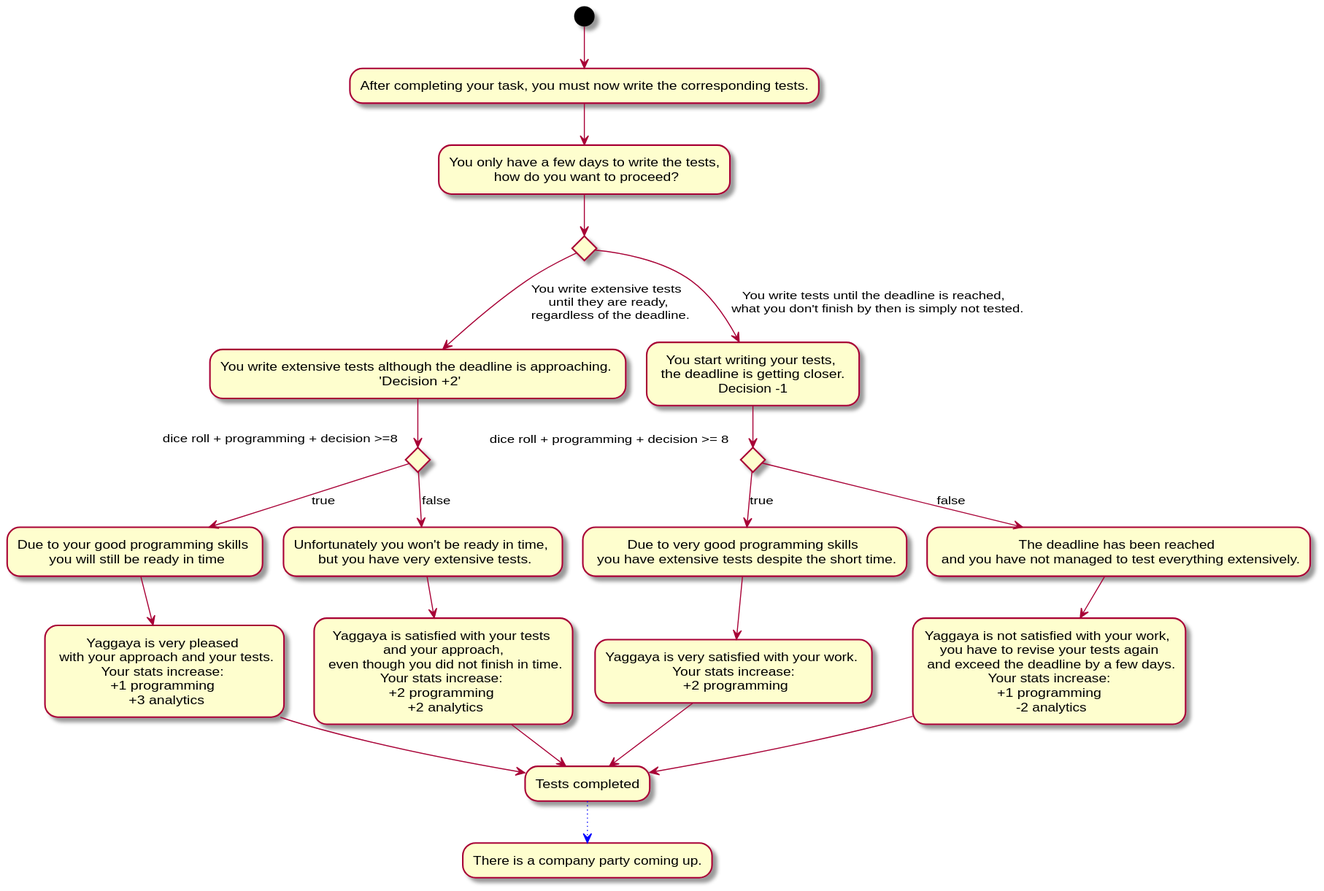
Before: Docs/Technical Specifications/docs/diagrams/StoryFlow/StoryFlow_Decision_5.svg, a diagram exported from PlantUML (Brotenko/QualityQuest).
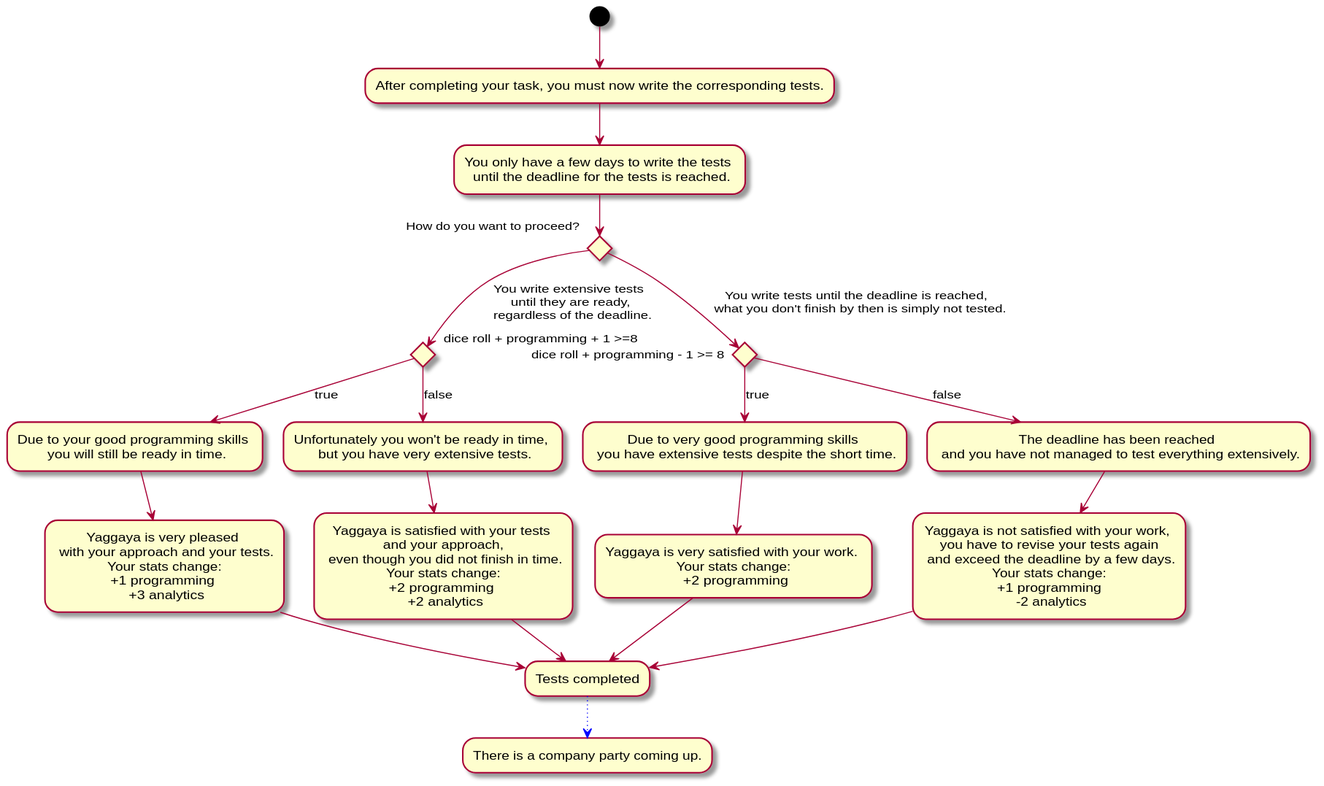
The same file after the commit.

The edit, as a diff of the source:
```diff
@@ -1,30 +1,28 @@
 @startuml
 (*) --> "After completing your task, you must now write the corresponding tests."
---> "You only have a few days to write the tests,\n how do you want to proceed?" as wie
-if "" then
---> [You write extensive tests \n until they are ready, \n regardless of the deadline.] "You write extensive tests although the deadline is approaching. \n 'Decision +2'" as d1
-if "dice roll + programming + decision >=8" then
---> [true] "Due to your good programming skills \n you will still be ready in time"
---> "Yaggaya is very pleased \n with your approach and your tests.\nYour stats increase: \n+1 programming \n +3 analytics" as a1
+--> "You only have a few days to write the tests \n until the deadline for the tests is reached."
+if "How do you want to proceed?" then
+--> [You write extensive tests \n until they are ready, \n regardless of the deadline.] if "dice roll + programming + 1 >=8" then
+--> [true] "Due to your good programming skills \n you will still be ready in time."
+--> "Yaggaya is very pleased \n with your approach and your tests.\n Your stats change: \n+1 programming \n +3 analytics" as path1
 else
 --> [false] "Unfortunately you won't be ready in time, \n but you have very extensive tests."
---> "Yaggaya is satisfied with your tests \n and your approach, \n even though you did not finish in time.\nYour stats increase: \n+2 programming \n +2 analytics" as a2
+--> "Yaggaya is satisfied with your tests \n and your approach, \n even though you did not finish in time.\n Your stats change: \n+2 programming \n +2 analytics" as path2
 endif
 else
- --> [You write tests until the deadline is reached, \n what you don't finish by then is simply not tested.] "You start writing your tests, \n the deadline is getting closer. \nDecision -1" as d2
-if "dice roll + programming + decision >= 8 " then
+ --> [You write tests until the deadline is reached, \n what you don't finish by then is simply not tested.] if "dice roll + programming - 1 >= 8" then
 --> [true] "Due to very good programming skills \n you have extensive tests despite the short time."
---> "Yaggaya is very satisfied with your work. \n Your stats increase: \n +2 programming" as a3
+--> "Yaggaya is very satisfied with your work. \n Your stats change: \n +2 programming" as path3
 else
 --> [false] "The deadline has been reached \n and you have not managed to test everything extensively."
---> "Yaggaya is not satisfied with your work, \n you have to revise your tests again \n and exceed the deadline by a few days.\n Your stats increase: \n +1 programming \n -2 analytics" as a4
+--> "Yaggaya is not satisfied with your work, \n you have to revise your tests again \n and exceed the deadline by a few days.\n Your stats change: \n +1 programming \n -2 analytics" as path4
 
 endif
 endif
 
-a1 --> "Tests completed" as ta
-a2 --> ta
-a3 --> ta
-a4 --> ta
-ta -[#blue,dotted]-> "There is a company party coming up."
+path1 --> "Tests completed" as nextDecision
+path2 --> nextDecision
+path3 --> nextDecision
+path4 --> nextDecision
+nextDecision -[#blue,dotted]-> "There is a company party coming up."
 @enduml
```
